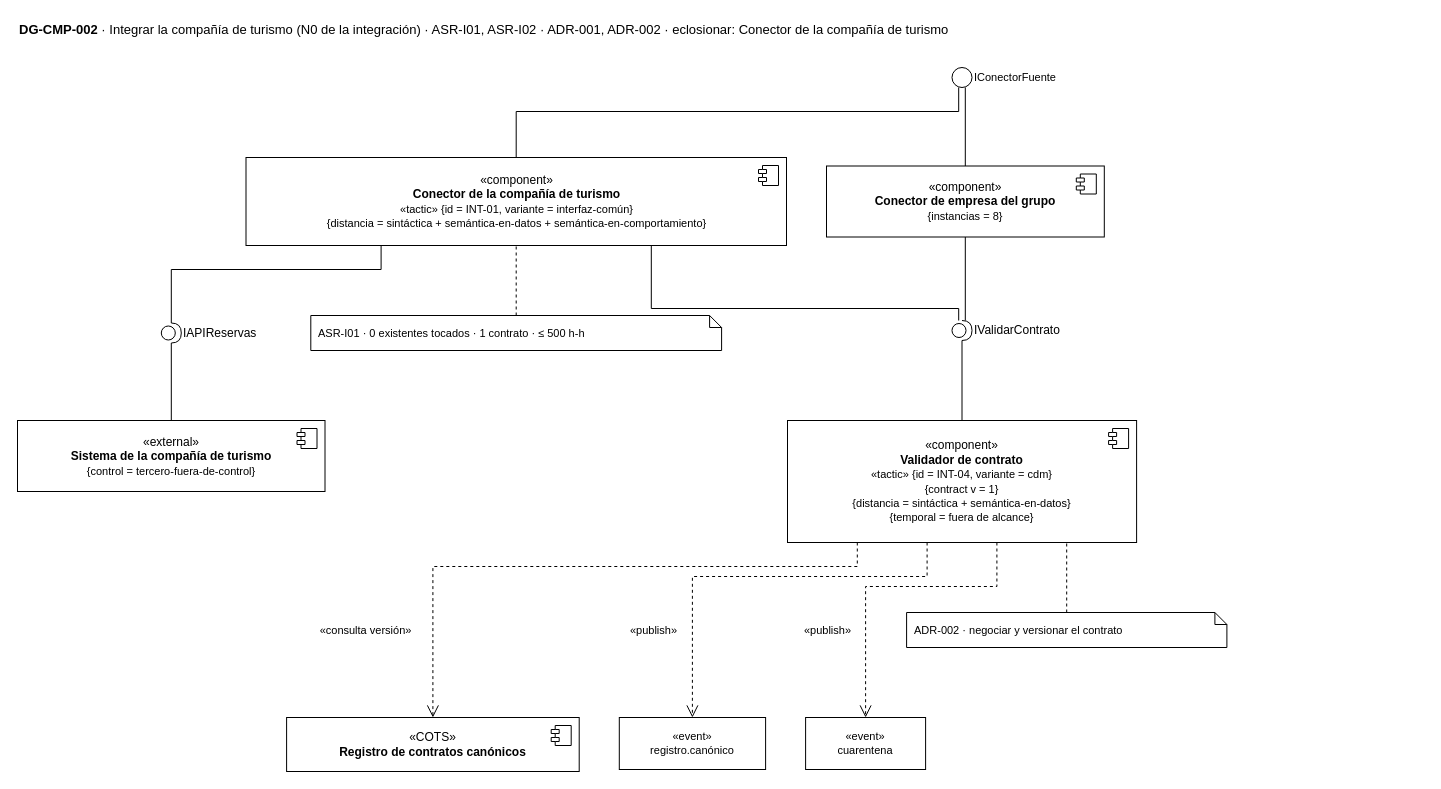
The draw.io diagram page "DG-CMP-002 · Integrar la compañía de turismo" (2 of 13) of docs/modelos/drawio/Reto3-Vista-Componentes.drawio in MATI-MBIT/arqsoft-reto-3, before the edit. Source tidied: cells renumbered, new cells numbered last; positions are measured from the earlier drawing's top-left corner, leaving out a move shared by most shapes. Both pictures are drawn from the tidied source at 100%, with x=0, y=0 at pixel (17, 17).
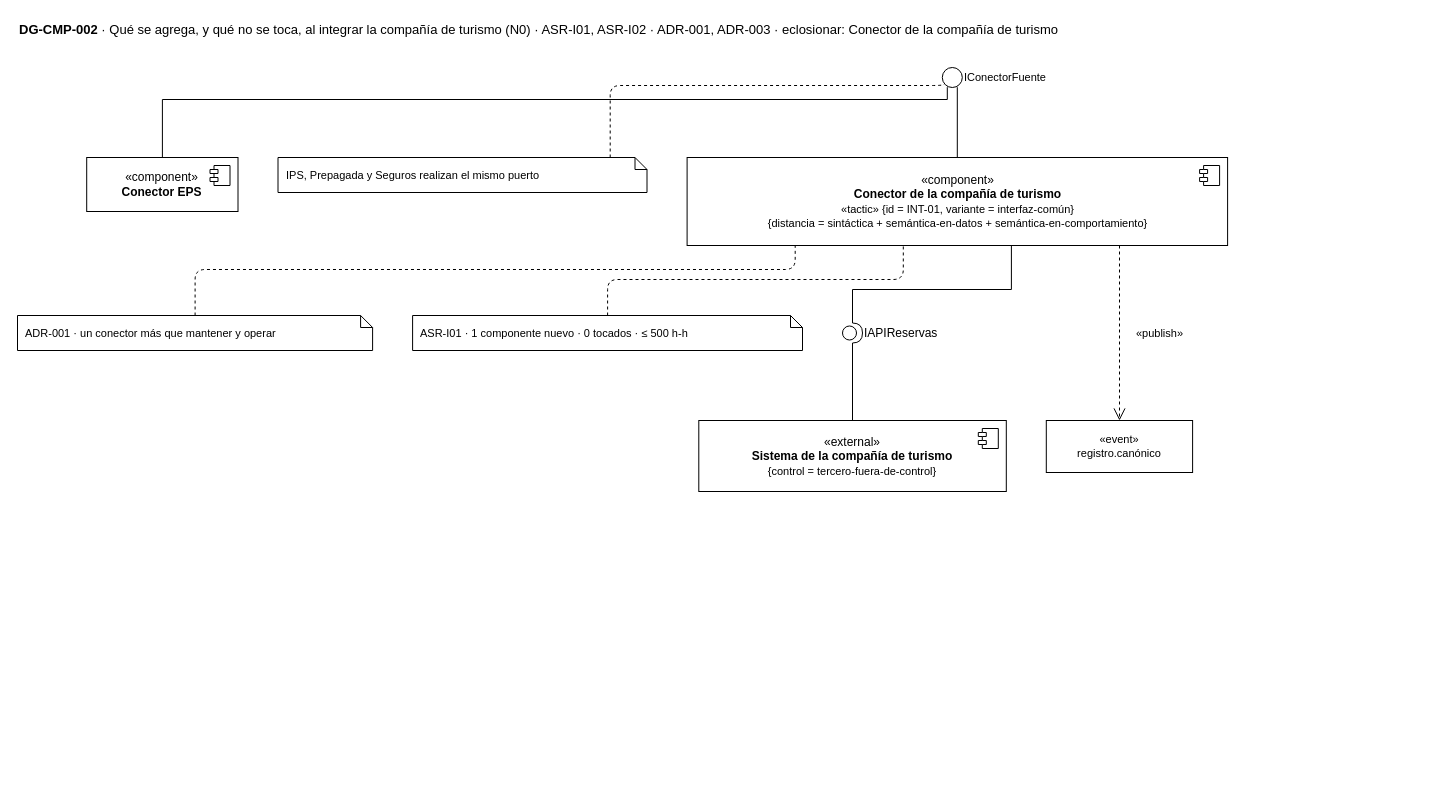
The same page after the edit.

Diff of the diagram source:
```diff
@@
-    <mxCell id="2" value="&lt;b&gt;DG-CMP-002&lt;/b&gt; · Integrar la compañía de turismo (N0 de la integración) · ASR-I01, ASR-I02 · ADR-001, ADR-002 · eclosionar: Conector de la compañía de turismo" style="text;html=1;align=left;verticalAlign=middle;fontSize=13;" parent="1" vertex="1">
-      <mxGeometry width="1261.2" height="24" as="geometry" />
+    <mxCell id="2" value="&lt;b&gt;DG-CMP-002&lt;/b&gt; · Qué se agrega, y qué no se toca, al integrar la compañía de turismo (N0) · ASR-I01, ASR-I02 · ADR-001, ADR-003 · eclosionar: Conector de la compañía de turismo" style="text;html=1;align=left;verticalAlign=middle;fontSize=13;" parent="1" vertex="1">
+      <mxGeometry width="1406.3" height="24" as="geometry" />
     </mxCell>
     <mxCell id="3" value="«external»&lt;br&gt;&lt;b&gt;Sistema de la compañía de turismo&lt;/b&gt;&lt;br&gt;&lt;font style=&quot;font-size:11px&quot;&gt;{control = tercero-fuera-de-control}&lt;/font&gt;" style="html=1;whiteSpace=wrap;fillColor=#FFFFFF;strokeColor=#000000;fontSize=12;verticalAlign=middle;" parent="1" vertex="1">
-      <mxGeometry y="403" width="307.5" height="71" as="geometry" />
+      <mxGeometry x="681.3" y="403" width="307.5" height="71" as="geometry" />
     </mxCell>
@@
     <mxCell id="5" value="IAPIReservas" style="shape=providedRequiredInterface;html=1;sketch=0;fillColor=#FFFFFF;strokeColor=#000000;labelPosition=right;verticalLabelPosition=middle;align=left;verticalAlign=middle;" parent="1" vertex="1">
-      <mxGeometry x="143.8" y="305.5" width="20" height="20" as="geometry" />
+      <mxGeometry x="825" y="305.5" width="20" height="20" as="geometry" />
     </mxCell>
     <mxCell id="6" value="«component»&lt;br&gt;&lt;b&gt;Conector de la compañía de turismo&lt;/b&gt;&lt;br&gt;&lt;font style=&quot;font-size:11px&quot;&gt;«tactic» {id = INT-01, variante = interfaz-común}&lt;/font&gt;&lt;br&gt;&lt;font style=&quot;font-size:11px&quot;&gt;{distancia = sintáctica + semántica-en-datos + semántica-en-comportamiento}&lt;/font&gt;" style="html=1;whiteSpace=wrap;fillColor=#FFFFFF;strokeColor=#000000;fontSize=12;verticalAlign=middle;" parent="1" vertex="1">
-      <mxGeometry x="228.5" y="140" width="540.5" height="88" as="geometry" />
+      <mxGeometry x="669.6" y="140" width="540.5" height="88" as="geometry" />
     </mxCell>
@@
-    <mxCell id="8" value="«component»&lt;br&gt;&lt;b&gt;Conector de empresa del grupo&lt;/b&gt;&lt;br&gt;&lt;font style=&quot;font-size:11px&quot;&gt;{instancias = 8}&lt;/font&gt;" style="html=1;whiteSpace=wrap;fillColor=#FFFFFF;strokeColor=#000000;fontSize=12;verticalAlign=middle;" parent="1" vertex="1">
-      <mxGeometry x="809" y="148.5" width="277.8" height="71" as="geometry" />
-    </mxCell>
-    <mxCell id="9" style="shape=module;jettyWidth=8;jettyHeight=4;fillColor=#FFFFFF;strokeColor=#000000;" parent="8" vertex="1">
-      <mxGeometry x="249.8" y="8" width="20" height="20" as="geometry" />
-    </mxCell>
     <mxCell id="10" value="IConectorFuente" style="ellipse;html=1;fillColor=#FFFFFF;strokeColor=#000000;fontSize=11;labelPosition=right;verticalLabelPosition=middle;align=left;verticalAlign=middle;" parent="1" vertex="1">
-      <mxGeometry x="934.5" y="50" width="20" height="20" as="geometry" />
+      <mxGeometry x="924.8" y="50" width="20" height="20" as="geometry" />
     </mxCell>
-    <mxCell id="11" value="«component»&lt;br&gt;&lt;b&gt;Validador de contrato&lt;/b&gt;&lt;br&gt;&lt;font style=&quot;font-size:11px&quot;&gt;«tactic» {id = INT-04, variante = cdm}&lt;/font&gt;&lt;br&gt;&lt;font style=&quot;font-size:11px&quot;&gt;{contract v = 1}&lt;/font&gt;&lt;br&gt;&lt;font style=&quot;font-size:11px&quot;&gt;{distancia = sintáctica + semántica-en-datos}&lt;/font&gt;&lt;br&gt;&lt;font style=&quot;font-size:11px&quot;&gt;{temporal = fuera de alcance}&lt;/font&gt;" style="html=1;whiteSpace=wrap;fillColor=#FFFFFF;strokeColor=#000000;fontSize=12;verticalAlign=middle;" parent="1" vertex="1">
-      <mxGeometry x="770" y="403" width="349.1" height="122" as="geometry" />
-    </mxCell>
-    <mxCell id="12" style="shape=module;jettyWidth=8;jettyHeight=4;fillColor=#FFFFFF;strokeColor=#000000;" parent="11" vertex="1">
-      <mxGeometry x="321.1" y="8" width="20" height="20" as="geometry" />
-    </mxCell>
-    <mxCell id="13" value="IValidarContrato" style="shape=providedRequiredInterface;html=1;sketch=0;fillColor=#FFFFFF;strokeColor=#000000;labelPosition=right;verticalLabelPosition=middle;align=left;verticalAlign=middle;" parent="1" vertex="1">
-      <mxGeometry x="934.5" y="303" width="20" height="20" as="geometry" />
-    </mxCell>
-    <mxCell id="14" value="«COTS»&lt;br&gt;&lt;b&gt;Registro de contratos canónicos&lt;/b&gt;" style="html=1;whiteSpace=wrap;fillColor=#FFFFFF;strokeColor=#000000;fontSize=12;verticalAlign=middle;" parent="1" vertex="1">
-      <mxGeometry x="269.1" y="700" width="292.6" height="54" as="geometry" />
-    </mxCell>
-    <mxCell id="15" style="shape=module;jettyWidth=8;jettyHeight=4;fillColor=#FFFFFF;strokeColor=#000000;" parent="14" vertex="1">
-      <mxGeometry x="264.6" y="8" width="20" height="20" as="geometry" />
-    </mxCell>
+    <mxCell id="32" value="«component»&lt;br&gt;&lt;b&gt;Conector EPS&lt;/b&gt;" style="html=1;whiteSpace=wrap;fillColor=#FFFFFF;strokeColor=#000000;fontSize=12;verticalAlign=middle;" parent="1" vertex="1">
+      <mxGeometry x="69.2" y="140" width="151.3" height="54" as="geometry" />
+    </mxCell>
+    <mxCell id="33" style="shape=module;jettyWidth=8;jettyHeight=4;fillColor=#FFFFFF;strokeColor=#000000;" parent="32" vertex="1">
+      <mxGeometry x="123.3" y="8" width="20" height="20" as="geometry" />
+    </mxCell>
     <mxCell id="16" value="«event»&lt;br&gt;registro.canónico" style="html=1;whiteSpace=wrap;fillColor=#FFFFFF;strokeColor=#000000;fontSize=11;" parent="1" vertex="1">
-      <mxGeometry x="601.8" y="700" width="146.3" height="52" as="geometry" />
+      <mxGeometry x="1028.8" y="403" width="146.3" height="52" as="geometry" />
     </mxCell>
-    <mxCell id="17" value="«event»&lt;br&gt;cuarentena" style="html=1;whiteSpace=wrap;fillColor=#FFFFFF;strokeColor=#000000;fontSize=11;" parent="1" vertex="1">
-      <mxGeometry x="788.1" y="700" width="120" height="52" as="geometry" />
-    </mxCell>
-    <mxCell id="18" value="ASR-I01 · 0 existentes tocados · 1 contrato · ≤ 500 h-h" style="shape=note;whiteSpace=wrap;html=1;size=12;fillColor=#FFFFFF;strokeColor=#000000;fontSize=11;align=left;spacingLeft=6;" parent="1" vertex="1">
-      <mxGeometry x="293.3" y="298" width="410.8" height="35" as="geometry" />
+    <mxCell id="18" value="ASR-I01 · 1 componente nuevo · 0 tocados · ≤ 500 h-h" style="shape=note;whiteSpace=wrap;html=1;size=12;fillColor=#FFFFFF;strokeColor=#000000;fontSize=11;align=left;spacingLeft=6;" parent="1" vertex="1">
+      <mxGeometry x="395.1" y="298" width="389.9" height="35" as="geometry" />
     </mxCell>
-    <mxCell id="19" value="ADR-002 · negociar y versionar el contrato" style="shape=note;whiteSpace=wrap;html=1;size=12;fillColor=#FFFFFF;strokeColor=#000000;fontSize=11;align=left;spacingLeft=6;" parent="1" vertex="1">
-      <mxGeometry x="889.1" y="595" width="320.3" height="35" as="geometry" />
+    <mxCell id="19" value="IPS, Prepagada y Seguros realizan el mismo puerto" style="shape=note;whiteSpace=wrap;html=1;size=12;fillColor=#FFFFFF;strokeColor=#000000;fontSize=11;align=left;spacingLeft=6;" parent="1" vertex="1">
+      <mxGeometry x="260.5" y="140" width="369" height="35" as="geometry" />
     </mxCell>
+    <mxCell id="34" value="ADR-001 · un conector más que mantener y operar" style="shape=note;whiteSpace=wrap;html=1;size=12;fillColor=#FFFFFF;strokeColor=#000000;fontSize=11;align=left;spacingLeft=6;" parent="1" vertex="1">
+      <mxGeometry y="298" width="355.1" height="35" as="geometry" />
+    </mxCell>
     <mxCell id="20" style="endArrow=none;html=1;rounded=0;fontSize=11;labelBackgroundColor=#ffffff;flujo=inverso;" parent="1" edge="1" source="3" target="5">
       <mxGeometry relative="1" as="geometry">
         <Array as="points">
-          <mxPoint x="153.8" y="403" />
-          <mxPoint x="153.8" y="325.5" />
+          <mxPoint x="835" y="403" />
+          <mxPoint x="835" y="325.5" />
         </Array>
       </mxGeometry>
     </mxCell>
     <mxCell id="21" style="endArrow=none;html=1;rounded=0;fontSize=11;labelBackgroundColor=#ffffff;flujo=directo;" parent="1" edge="1" source="6" target="5">
       <mxGeometry relative="1" as="geometry">
         <Array as="points">
-          <mxPoint x="363.6" y="228" />
-          <mxPoint x="363.6" y="252" />
-          <mxPoint x="153.8" y="252" />
-          <mxPoint x="153.8" y="305.5" />
+          <mxPoint x="993.9" y="228" />
+          <mxPoint x="993.9" y="272" />
+          <mxPoint x="835" y="272" />
+          <mxPoint x="835" y="305.5" />
         </Array>
       </mxGeometry>
     </mxCell>
     <mxCell id="22" style="endArrow=none;html=1;rounded=0;fontSize=11;labelBackgroundColor=#ffffff;" parent="1" edge="1" source="6" target="10">
       <mxGeometry relative="1" as="geometry">
         <Array as="points">
-          <mxPoint x="498.7" y="140" />
-          <mxPoint x="498.7" y="94" />
-          <mxPoint x="941.2" y="94" />
-          <mxPoint x="941.2" y="70" />
+          <mxPoint x="939.8" y="140" />
+          <mxPoint x="939.8" y="70" />
         </Array>
       </mxGeometry>
     </mxCell>
-    <mxCell id="23" style="endArrow=none;html=1;rounded=0;fontSize=11;labelBackgroundColor=#ffffff;" parent="1" edge="1" source="8" target="10">
+    <mxCell id="23" style="endArrow=none;html=1;rounded=0;fontSize=11;labelBackgroundColor=#ffffff;" parent="1" edge="1" source="32" target="10">
       <mxGeometry relative="1" as="geometry">
         <Array as="points">
-          <mxPoint x="947.8" y="148.5" />
-          <mxPoint x="947.8" y="70" />
+          <mxPoint x="144.9" y="140" />
+          <mxPoint x="144.9" y="82" />
+          <mxPoint x="929.8" y="82" />
+          <mxPoint x="929.8" y="70" />
         </Array>
       </mxGeometry>
     </mxCell>
-    <mxCell id="24" style="endArrow=none;html=1;rounded=0;fontSize=11;labelBackgroundColor=#ffffff;flujo=inverso;" parent="1" edge="1" source="11" target="13">
+    <mxCell id="24" value="«publish»" style="endArrow=open;endSize=10;dashed=1;html=1;rounded=0;fontSize=11;labelBackgroundColor=#ffffff;" parent="1" edge="1" source="6" target="16">
       <mxGeometry relative="1" as="geometry">
         <Array as="points">
-          <mxPoint x="944.5" y="403" />
-          <mxPoint x="944.5" y="323" />
+          <mxPoint x="1102" y="228" />
+          <mxPoint x="1102" y="403" />
         </Array>
+        <mxPoint x="39.7" as="offset" />
       </mxGeometry>
     </mxCell>
-    <mxCell id="25" style="endArrow=none;html=1;rounded=0;fontSize=11;labelBackgroundColor=#ffffff;flujo=directo;" parent="1" edge="1" source="6" target="13">
-      <mxGeometry relative="1" as="geometry">
-        <Array as="points">
-          <mxPoint x="633.8" y="228" />
-          <mxPoint x="633.8" y="291" />
-          <mxPoint x="941.2" y="291" />
-          <mxPoint x="941.2" y="303" />
-        </Array>
-      </mxGeometry>
-    </mxCell>
-    <mxCell id="26" style="endArrow=none;html=1;rounded=0;fontSize=11;labelBackgroundColor=#ffffff;flujo=directo;" parent="1" edge="1" source="8" target="13">
-      <mxGeometry relative="1" as="geometry">
-        <Array as="points">
-          <mxPoint x="947.8" y="219.5" />
-          <mxPoint x="947.8" y="303" />
-        </Array>
-      </mxGeometry>
-    </mxCell>
-    <mxCell id="27" value="«consulta versión»" style="endArrow=open;endSize=10;dashed=1;html=1;rounded=0;fontSize=11;labelBackgroundColor=#ffffff;" parent="1" edge="1" source="11" target="14">
-      <mxGeometry relative="1" as="geometry">
-        <Array as="points">
-          <mxPoint x="839.8" y="525" />
-          <mxPoint x="839.8" y="549" />
-          <mxPoint x="415.4" y="549" />
-          <mxPoint x="415.4" y="700" />
-        </Array>
-        <mxPoint x="-216.1" y="63.5" as="offset" />
-      </mxGeometry>
-    </mxCell>
-    <mxCell id="28" value="«publish»" style="endArrow=open;endSize=10;dashed=1;html=1;rounded=0;fontSize=11;labelBackgroundColor=#ffffff;" parent="1" edge="1" source="11" target="16">
-      <mxGeometry relative="1" as="geometry">
-        <Array as="points">
-          <mxPoint x="909.6" y="525" />
-          <mxPoint x="909.6" y="559" />
-          <mxPoint x="674.9" y="559" />
-          <mxPoint x="674.9" y="700" />
-        </Array>
-        <mxPoint x="-102.5" y="53.5" as="offset" />
-      </mxGeometry>
-    </mxCell>
-    <mxCell id="29" value="«publish»" style="endArrow=open;endSize=10;dashed=1;html=1;rounded=0;fontSize=11;labelBackgroundColor=#ffffff;" parent="1" edge="1" source="11" target="17">
-      <mxGeometry relative="1" as="geometry">
-        <Array as="points">
-          <mxPoint x="979.4" y="525" />
-          <mxPoint x="979.4" y="569" />
-          <mxPoint x="848.1" y="569" />
-          <mxPoint x="848.1" y="700" />
-        </Array>
-        <mxPoint x="-60.9" y="43.5" as="offset" />
-      </mxGeometry>
-    </mxCell>
     <mxCell id="30" style="endArrow=none;dashed=1;html=1;" parent="1" edge="1" source="18" target="6">
       <mxGeometry relative="1" as="geometry">
         <Array as="points">
-          <mxPoint x="498.7" y="298" />
-          <mxPoint x="498.7" y="228" />
+          <mxPoint x="590.1" y="298" />
+          <mxPoint x="590.1" y="262" />
+          <mxPoint x="885.8" y="262" />
+          <mxPoint x="885.8" y="228" />
         </Array>
       </mxGeometry>
     </mxCell>
-    <mxCell id="31" style="endArrow=none;dashed=1;html=1;" parent="1" edge="1" source="19" target="11">
+    <mxCell id="31" style="endArrow=none;dashed=1;html=1;" parent="1" edge="1" source="19" target="10">
       <mxGeometry relative="1" as="geometry">
         <Array as="points">
-          <mxPoint x="1049.2" y="595" />
-          <mxPoint x="1049.2" y="525" />
+          <mxPoint x="592.7" y="140" />
+          <mxPoint x="592.7" y="68" />
+          <mxPoint x="924.8" y="68" />
         </Array>
       </mxGeometry>
     </mxCell>
+    <mxCell id="35" style="endArrow=none;dashed=1;html=1;" parent="1" edge="1" source="34" target="6">
+      <mxGeometry relative="1" as="geometry">
+        <Array as="points">
+          <mxPoint x="177.6" y="298" />
+          <mxPoint x="177.6" y="252" />
+          <mxPoint x="777.7" y="252" />
+          <mxPoint x="777.7" y="228" />
+        </Array>
+      </mxGeometry>
+    </mxCell>
```
